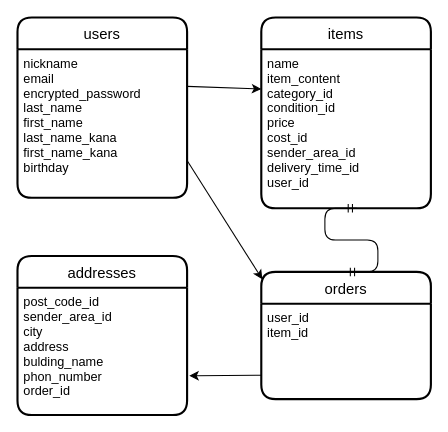
Earlier version of the draw.io diagram page "ページ1" (1 of 2) of furima-38311.dio (sawao8/furima-38311). Source tidied: cells renumbered, new cells numbered last; positions are measured from the earlier drawing's top-left corner, leaving out a move shared by most shapes. Both pictures are drawn from the tidied source at 106%, with x=0, y=0 at pixel (17, 17).
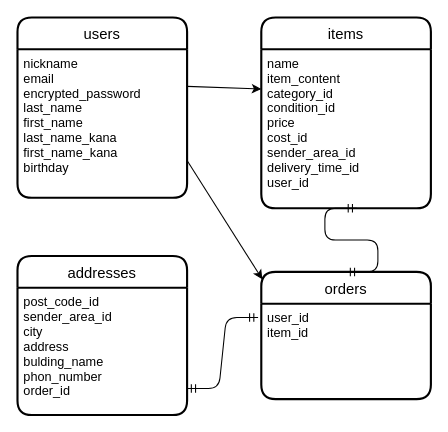
The same page after the edit.

Commit message (it also covers changes not shown here):
データベース設計の修正5

What changed in the source:
```diff
@@
 <mxGraphModel>
   <root>
     <mxCell id="0" />
     <mxCell id="1" parent="0" />
     <mxCell id="2" value="users" style="swimlane;horizontal=1;startSize=30;rounded=1;fontSize=14;fontStyle=0;strokeWidth=2;shadow=0;dashed=0;align=center;" parent="1" vertex="1">
       <mxGeometry width="160" height="170" as="geometry" />
     </mxCell>
     <mxCell id="3" value="nickname&#10;email&#10;encrypted_password&#10;last_name&#10;first_name&#10;last_name_kana&#10;first_name_kana&#10;birthday" style="align=left;strokeColor=none;fillColor=none;spacingLeft=4;fontSize=12;verticalAlign=top;" parent="2" vertex="1">
       <mxGeometry y="30" width="160" height="140" as="geometry" />
     </mxCell>
     <mxCell id="4" value="items" style="swimlane;horizontal=1;startSize=30;rounded=1;fontSize=14;fontStyle=0;strokeWidth=2;shadow=0;dashed=0;align=center;" parent="1" vertex="1">
       <mxGeometry x="230" width="160" height="180" as="geometry" />
     </mxCell>
     <mxCell id="5" value="name&#10;item_content&#10;category_id&#10;condition_id&#10;price&#10;cost_id&#10;sender_area_id&#10;delivery_time_id&#10;user_id" style="align=left;strokeColor=none;fillColor=none;spacingLeft=4;fontSize=12;verticalAlign=top;" parent="4" vertex="1">
       <mxGeometry y="30" width="160" height="150" as="geometry" />
     </mxCell>
     <mxCell id="6" value="addresses" style="swimlane;horizontal=1;startSize=30;rounded=1;fontSize=14;fontStyle=0;strokeWidth=2;shadow=0;dashed=0;align=center;" parent="1" vertex="1">
       <mxGeometry y="225" width="160" height="150" as="geometry" />
     </mxCell>
     <mxCell id="7" value="post_code_id&#10;sender_area_id&#10;city&#10;address&#10;bulding_name&#10;phon_number&#10;order_id&#10;" style="align=left;strokeColor=none;fillColor=none;spacingLeft=4;fontSize=12;verticalAlign=top;" parent="6" vertex="1">
       <mxGeometry y="30" width="160" height="120" as="geometry" />
     </mxCell>
     <mxCell id="8" value="orders" style="swimlane;horizontal=1;startSize=30;rounded=1;fontSize=14;fontStyle=0;strokeWidth=2;shadow=0;dashed=0;align=center;" parent="1" vertex="1">
       <mxGeometry x="230" y="240" width="160" height="120" as="geometry" />
     </mxCell>
     <mxCell id="9" value="user_id&#10;item_id" style="align=left;strokeColor=none;fillColor=none;spacingLeft=4;fontSize=12;verticalAlign=top;" parent="8" vertex="1">
       <mxGeometry y="30" width="160" height="90" as="geometry" />
     </mxCell>
     <mxCell id="10" style="edgeStyle=none;html=1;exitX=1;exitY=0.25;exitDx=0;exitDy=0;" parent="1" edge="1" source="3">
       <mxGeometry relative="1" as="geometry">
         <mxPoint x="160" y="65" as="targetPoint" />
       </mxGeometry>
     </mxCell>
     <mxCell id="11" style="edgeStyle=entityRelationEdgeStyle;fontSize=12;html=1;endArrow=ERmandOne;startArrow=ERmandOne;exitX=0.5;exitY=0;exitDx=0;exitDy=0;" parent="1" edge="1" source="8">
       <mxGeometry relative="1" as="geometry">
         <mxPoint x="320" y="180" as="targetPoint" />
       </mxGeometry>
     </mxCell>
     <mxCell id="12" style="edgeStyle=none;html=1;exitX=1;exitY=0.25;exitDx=0;exitDy=0;entryX=0;entryY=0.25;entryDx=0;entryDy=0;" parent="1" edge="1" source="3" target="5">
       <mxGeometry relative="1" as="geometry" />
     </mxCell>
     <mxCell id="13" style="edgeStyle=none;html=1;exitX=1;exitY=0.75;exitDx=0;exitDy=0;entryX=0.006;entryY=0.058;entryDx=0;entryDy=0;entryPerimeter=0;" parent="1" edge="1" source="3" target="8">
       <mxGeometry relative="1" as="geometry" />
     </mxCell>
-    <mxCell id="14" style="edgeStyle=none;html=1;exitX=0;exitY=0.75;exitDx=0;exitDy=0;entryX=1.013;entryY=0.692;entryDx=0;entryDy=0;entryPerimeter=0;" parent="1" edge="1" source="9" target="7">
-      <mxGeometry relative="1" as="geometry" />
-    </mxCell>
+    <mxCell id="15" style="edgeStyle=entityRelationEdgeStyle;fontSize=12;html=1;endArrow=ERmandOne;startArrow=ERmandOne;entryX=-0.019;entryY=0.144;entryDx=0;entryDy=0;entryPerimeter=0;" parent="1" edge="1" target="9">
+      <mxGeometry relative="1" as="geometry">
+        <mxPoint x="160" y="350" as="sourcePoint" />
+      </mxGeometry>
+    </mxCell>
   </root>
 </mxGraphModel>
```
